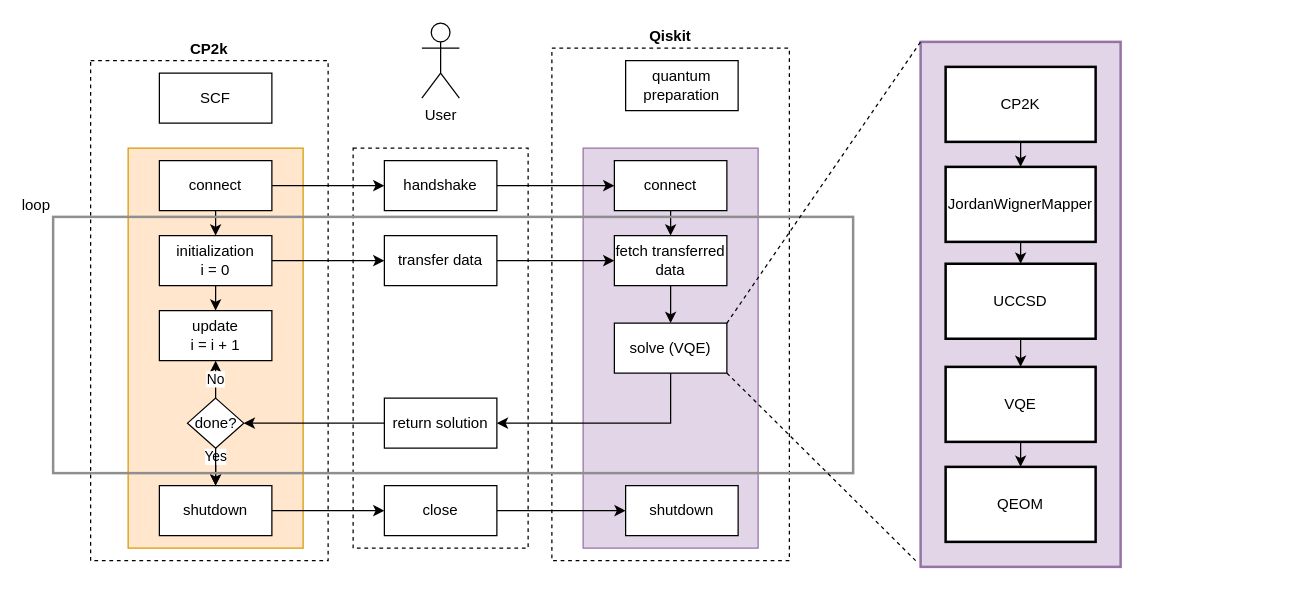
Above: page "communication-isc-paper" (7 of 7) of pictures/Diagrams_for_paper.drawio in MarcMaussner/2024_inhibitQ (draw.io), before the change. Source tidied: cells renumbered, new cells numbered last; positions are measured from the earlier drawing's top-left corner, leaving out a move shared by most shapes. Both pictures are drawn from the tidied source at 125%, with x=0, y=0 at pixel (52, 22).
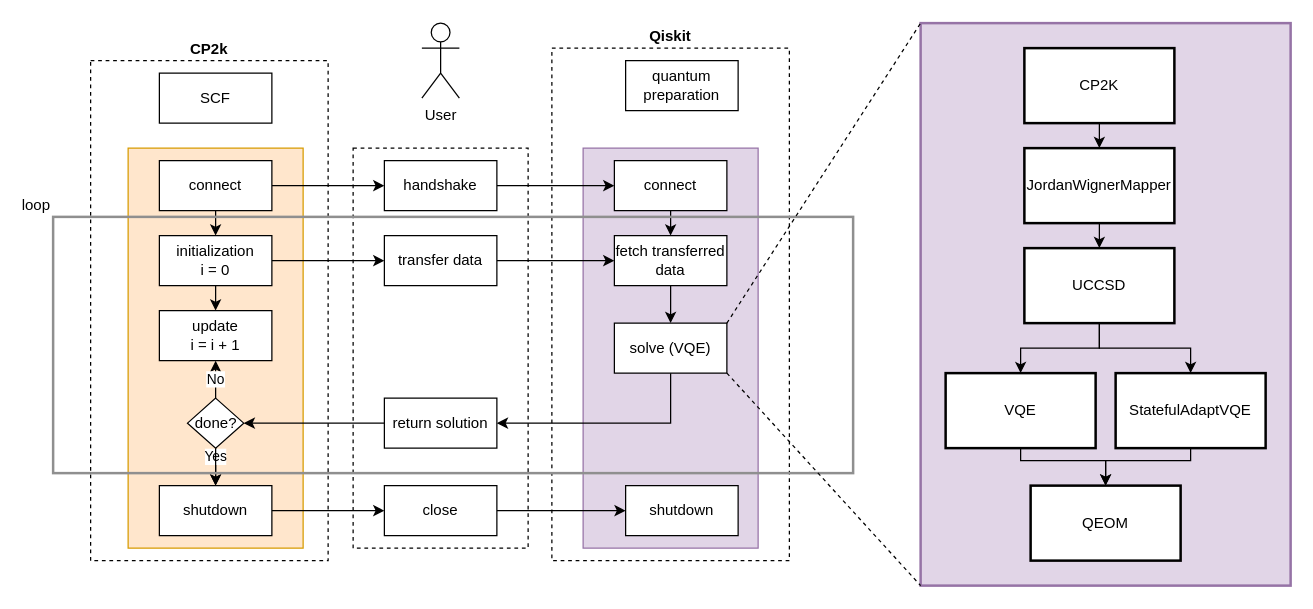
The same page after the edit.

Diff of the diagram source:
```diff
@@
     <mxCell id="39" style="rounded=0;whiteSpace=wrap;html=1;strokeColor=#9673a6;strokeWidth=2;fillColor=#e1d5e7;labelPosition=center;verticalLabelPosition=top;align=center;verticalAlign=bottom;" parent="1" vertex="1">
-      <mxGeometry x="694" y="15" width="160" height="420" as="geometry" />
+      <mxGeometry x="694" width="296" height="450" as="geometry" />
     </mxCell>
@@
     <mxCell id="41" value="CP2K" style="rounded=0;whiteSpace=wrap;html=1;strokeWidth=2;" parent="1" vertex="1">
-      <mxGeometry x="714" y="35" width="120" height="60" as="geometry" />
+      <mxGeometry x="777" y="20" width="120" height="60" as="geometry" />
     </mxCell>
@@
     <mxCell id="43" value="JordanWignerMapper" style="rounded=0;whiteSpace=wrap;html=1;strokeWidth=2;" parent="1" vertex="1">
-      <mxGeometry x="714" y="115" width="120" height="60" as="geometry" />
+      <mxGeometry x="777" y="100" width="120" height="60" as="geometry" />
     </mxCell>
+    <mxCell id="51" style="edgeStyle=orthogonalEdgeStyle;rounded=0;jettySize=auto;html=1;" parent="1" edge="1" source="45" target="53">
+      <mxGeometry relative="1" as="geometry" />
+    </mxCell>
-    <mxCell id="44" style="edgeStyle=orthogonalEdgeStyle;rounded=0;jettySize=auto;html=1;exitX=0.5;exitY=1;exitDx=0;exitDy=0;entryX=0.5;entryY=0;entryDx=0;entryDy=0;" parent="1" edge="1" source="45" target="47">
+    <mxCell id="44" style="edgeStyle=orthogonalEdgeStyle;rounded=0;jettySize=auto;html=1;entryX=0.5;entryY=0;entryDx=0;entryDy=0;" parent="1" edge="1" source="45" target="47">
       <mxGeometry relative="1" as="geometry" />
     </mxCell>
     <mxCell id="45" value="UCCSD" style="rounded=0;whiteSpace=wrap;html=1;strokeWidth=2;" parent="1" vertex="1">
-      <mxGeometry x="714" y="192.5" width="120" height="60" as="geometry" />
+      <mxGeometry x="777" y="180" width="120" height="60" as="geometry" />
     </mxCell>
     <mxCell id="46" style="edgeStyle=orthogonalEdgeStyle;rounded=0;jettySize=auto;html=1;exitX=0.5;exitY=1;exitDx=0;exitDy=0;entryX=0.5;entryY=0;entryDx=0;entryDy=0;" parent="1" edge="1" source="47" target="48">
-      <mxGeometry relative="1" as="geometry" />
+      <mxGeometry relative="1" as="geometry">
+        <Array as="points">
+          <mxPoint x="774" y="350" />
+          <mxPoint x="842" y="350" />
+        </Array>
+      </mxGeometry>
     </mxCell>
     <mxCell id="47" value="VQE" style="rounded=0;whiteSpace=wrap;html=1;strokeWidth=2;" parent="1" vertex="1">
-      <mxGeometry x="714" y="275" width="120" height="60" as="geometry" />
+      <mxGeometry x="714" y="280" width="120" height="60" as="geometry" />
     </mxCell>
     <mxCell id="48" value="QEOM" style="rounded=0;whiteSpace=wrap;html=1;strokeWidth=2;" parent="1" vertex="1">
-      <mxGeometry x="714" y="355" width="120" height="60" as="geometry" />
+      <mxGeometry x="782" y="370" width="120" height="60" as="geometry" />
     </mxCell>
@@
-    <mxCell id="50" style="endArrow=none;dashed=1;html=1;exitX=1;exitY=1;exitDx=0;exitDy=0;" parent="1" edge="1">
+    <mxCell id="50" style="endArrow=none;dashed=1;html=1;exitX=1;exitY=1;exitDx=0;exitDy=0;entryX=0;entryY=1;entryDx=0;entryDy=0;" parent="1" edge="1" target="39">
       <mxGeometry relative="1" as="geometry">
         <mxPoint x="539" y="280" as="sourcePoint" />
-        <mxPoint x="690" y="430" as="targetPoint" />
       </mxGeometry>
     </mxCell>
+    <mxCell id="52" style="edgeStyle=orthogonalEdgeStyle;rounded=0;jettySize=auto;html=1;entryX=0.5;entryY=0;entryDx=0;entryDy=0;" parent="1" edge="1" source="53" target="48">
+      <mxGeometry relative="1" as="geometry">
+        <Array as="points">
+          <mxPoint x="910" y="350" />
+          <mxPoint x="842" y="350" />
+        </Array>
+      </mxGeometry>
+    </mxCell>
+    <mxCell id="53" value="StatefulAdaptVQE" style="rounded=0;whiteSpace=wrap;html=1;strokeWidth=2;" parent="1" vertex="1">
+      <mxGeometry x="850" y="280" width="120" height="60" as="geometry" />
+    </mxCell>
```
